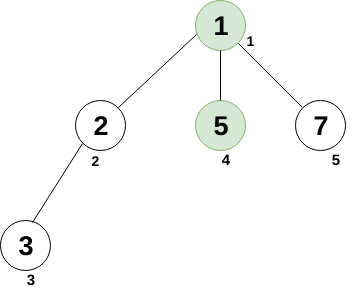
The draw.io diagram Untitled Diagram.png in XDoodler/Algorithms, before a commit. Source tidied: cells renumbered, new cells last; positions are measured from the earlier drawing's top-left corner, leaving out a move shared by most shapes. Its diagram source:
```xml
<mxGraphModel>
  <root>
    <mxCell id="0" />
    <mxCell id="1" parent="0" />
    <mxCell id="2" style="ellipse;whiteSpace=wrap;html=1;fillColor=#d5e8d4;strokeColor=#82b366;" parent="1" vertex="1">
      <mxGeometry x="195" width="50" height="50" as="geometry" />
    </mxCell>
    <mxCell id="3" style="ellipse;whiteSpace=wrap;html=1;" parent="1" vertex="1">
      <mxGeometry x="75" y="100" width="50" height="50" as="geometry" />
    </mxCell>
    <mxCell id="4" style="ellipse;whiteSpace=wrap;html=1;" parent="1" vertex="1">
      <mxGeometry y="220" width="50" height="50" as="geometry" />
    </mxCell>
    <mxCell id="5" style="ellipse;whiteSpace=wrap;html=1;fillColor=#d5e8d4;strokeColor=#82b366;" parent="1" vertex="1">
      <mxGeometry x="195" y="100" width="50" height="50" as="geometry" />
    </mxCell>
    <mxCell id="6" style="ellipse;whiteSpace=wrap;html=1;" parent="1" vertex="1">
      <mxGeometry x="295" y="100" width="50" height="50" as="geometry" />
    </mxCell>
    <mxCell id="7" style="endArrow=none;html=1;entryX=0.02;entryY=0.677;entryDx=0;entryDy=0;entryPerimeter=0;exitX=1;exitY=0;exitDx=0;exitDy=0;" parent="1" edge="1" source="3" target="2">
      <mxGeometry relative="1" as="geometry" />
    </mxCell>
    <mxCell id="8" style="endArrow=none;html=1;entryX=0;entryY=1;entryDx=0;entryDy=0;exitX=0.64;exitY=0.037;exitDx=0;exitDy=0;exitPerimeter=0;" parent="1" edge="1" source="4" target="3">
      <mxGeometry relative="1" as="geometry" />
    </mxCell>
    <mxCell id="9" style="endArrow=none;html=1;entryX=0.5;entryY=1;entryDx=0;entryDy=0;exitX=0.5;exitY=0;exitDx=0;exitDy=0;" parent="1" edge="1" source="5" target="2">
      <mxGeometry relative="1" as="geometry" />
    </mxCell>
    <mxCell id="10" style="endArrow=none;html=1;exitX=0;exitY=0;exitDx=0;exitDy=0;entryX=1;entryY=1;entryDx=0;entryDy=0;" parent="1" edge="1" source="6" target="2">
      <mxGeometry relative="1" as="geometry" />
    </mxCell>
    <mxCell id="11" value="&lt;font style=&quot;font-size: 27px&quot;&gt;&lt;b&gt;3&lt;/b&gt;&lt;/font&gt;" style="text;html=1;strokeColor=none;fillColor=none;align=center;verticalAlign=middle;whiteSpace=wrap;rounded=0;" parent="1" vertex="1">
      <mxGeometry x="5" y="235" width="40" height="20" as="geometry" />
    </mxCell>
    <mxCell id="12" value="&lt;b&gt;&lt;font style=&quot;font-size: 27px&quot;&gt;2&lt;/font&gt;&lt;/b&gt;" style="text;html=1;strokeColor=none;fillColor=none;align=center;verticalAlign=middle;whiteSpace=wrap;rounded=0;" parent="1" vertex="1">
      <mxGeometry x="80" y="115" width="40" height="20" as="geometry" />
    </mxCell>
    <mxCell id="13" value="&lt;b&gt;&lt;font style=&quot;font-size: 27px&quot;&gt;1&lt;/font&gt;&lt;/b&gt;" style="text;html=1;strokeColor=none;fillColor=none;align=center;verticalAlign=middle;whiteSpace=wrap;rounded=0;direction=south;" parent="1" vertex="1">
      <mxGeometry x="210" y="5" width="20" height="40" as="geometry" />
    </mxCell>
    <mxCell id="14" value="&lt;b&gt;&lt;font style=&quot;font-size: 27px&quot;&gt;5&lt;/font&gt;&lt;/b&gt;" style="text;html=1;strokeColor=none;fillColor=none;align=center;verticalAlign=middle;whiteSpace=wrap;rounded=0;" parent="1" vertex="1">
      <mxGeometry x="200" y="115" width="40" height="20" as="geometry" />
    </mxCell>
    <mxCell id="15" value="&lt;b&gt;&lt;font style=&quot;font-size: 27px&quot;&gt;7&lt;/font&gt;&lt;/b&gt;" style="text;html=1;strokeColor=none;fillColor=none;align=center;verticalAlign=middle;whiteSpace=wrap;rounded=0;" parent="1" vertex="1">
      <mxGeometry x="300" y="115" width="40" height="20" as="geometry" />
    </mxCell>
    <mxCell id="16" value="&lt;font style=&quot;font-size: 14px&quot;&gt;&lt;b&gt;1&lt;/b&gt;&lt;/font&gt;" style="text;html=1;strokeColor=none;fillColor=none;align=center;verticalAlign=middle;whiteSpace=wrap;rounded=0;" parent="1" vertex="1">
      <mxGeometry x="230" y="30" width="40" height="20" as="geometry" />
    </mxCell>
    <mxCell id="17" value="&lt;b&gt;&lt;font style=&quot;font-size: 14px&quot;&gt;2&lt;/font&gt;&lt;/b&gt;" style="text;html=1;strokeColor=none;fillColor=none;align=center;verticalAlign=middle;whiteSpace=wrap;rounded=0;" parent="1" vertex="1">
      <mxGeometry x="75" y="150" width="40" height="20" as="geometry" />
    </mxCell>
    <mxCell id="18" value="&lt;font style=&quot;font-size: 15px&quot;&gt;&lt;b&gt;3&lt;/b&gt;&lt;/font&gt;" style="text;html=1;strokeColor=none;fillColor=none;align=center;verticalAlign=middle;whiteSpace=wrap;rounded=0;" parent="1" vertex="1">
      <mxGeometry x="10" y="270" width="40" height="20" as="geometry" />
    </mxCell>
    <mxCell id="19" value="&lt;b&gt;&lt;font style=&quot;font-size: 15px&quot;&gt;4&lt;/font&gt;&lt;/b&gt;" style="text;html=1;strokeColor=none;fillColor=none;align=center;verticalAlign=middle;whiteSpace=wrap;rounded=0;direction=west;" parent="1" vertex="1">
      <mxGeometry x="205" y="150" width="40" height="20" as="geometry" />
    </mxCell>
    <mxCell id="20" value="&lt;b&gt;&lt;font style=&quot;font-size: 15px&quot;&gt;5&lt;/font&gt;&lt;/b&gt;" style="text;html=1;strokeColor=none;fillColor=none;align=center;verticalAlign=middle;whiteSpace=wrap;rounded=0;" parent="1" vertex="1">
      <mxGeometry x="315" y="150" width="40" height="20" as="geometry" />
    </mxCell>
  </root>
</mxGraphModel>
```
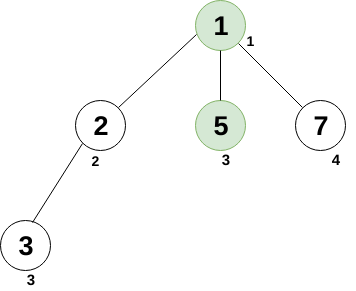
Later version of the same file.

Diff of the diagram source:
```diff
@@ -53,10 +53,10 @@
     <mxCell id="18" value="&lt;font style=&quot;font-size: 15px&quot;&gt;&lt;b&gt;3&lt;/b&gt;&lt;/font&gt;" style="text;html=1;strokeColor=none;fillColor=none;align=center;verticalAlign=middle;whiteSpace=wrap;rounded=0;" parent="1" vertex="1">
       <mxGeometry x="10" y="270" width="40" height="20" as="geometry" />
     </mxCell>
-    <mxCell id="19" value="&lt;b&gt;&lt;font style=&quot;font-size: 15px&quot;&gt;4&lt;/font&gt;&lt;/b&gt;" style="text;html=1;strokeColor=none;fillColor=none;align=center;verticalAlign=middle;whiteSpace=wrap;rounded=0;direction=west;" parent="1" vertex="1">
+    <mxCell id="19" value="&lt;b&gt;&lt;font style=&quot;font-size: 15px&quot;&gt;3&lt;/font&gt;&lt;/b&gt;" style="text;html=1;strokeColor=none;fillColor=none;align=center;verticalAlign=middle;whiteSpace=wrap;rounded=0;direction=west;" parent="1" vertex="1">
       <mxGeometry x="205" y="150" width="40" height="20" as="geometry" />
     </mxCell>
-    <mxCell id="20" value="&lt;b&gt;&lt;font style=&quot;font-size: 15px&quot;&gt;5&lt;/font&gt;&lt;/b&gt;" style="text;html=1;strokeColor=none;fillColor=none;align=center;verticalAlign=middle;whiteSpace=wrap;rounded=0;" parent="1" vertex="1">
+    <mxCell id="20" value="&lt;b&gt;&lt;font style=&quot;font-size: 15px&quot;&gt;4&lt;/font&gt;&lt;/b&gt;" style="text;html=1;strokeColor=none;fillColor=none;align=center;verticalAlign=middle;whiteSpace=wrap;rounded=0;" parent="1" vertex="1">
       <mxGeometry x="315" y="150" width="40" height="20" as="geometry" />
     </mxCell>
   </root>
```
